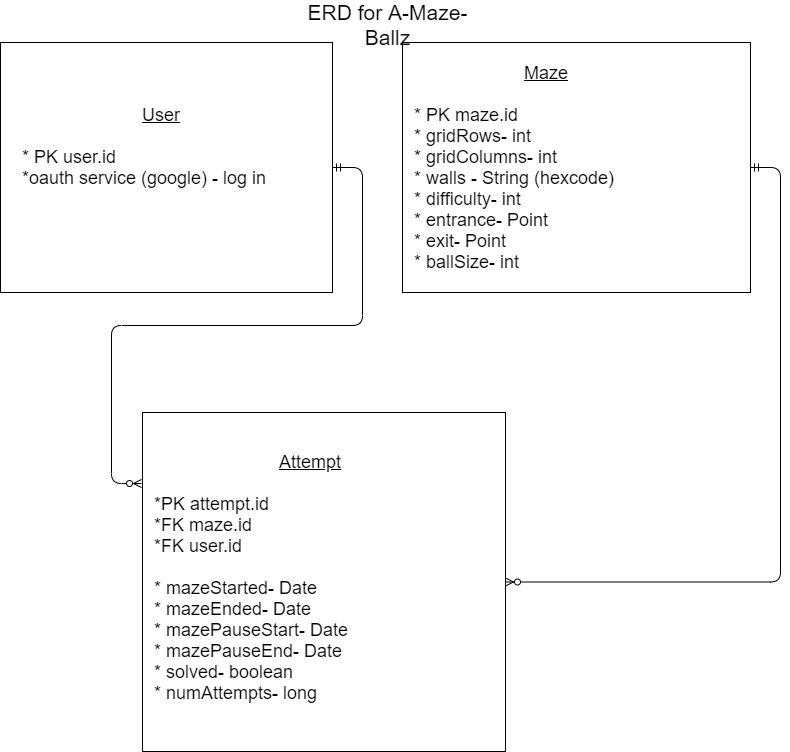
Before: docs/erd.png, a diagram exported from draw.io (edubois9119/a-maze-ballz). Source tidied: cells renumbered, new cells last; positions are measured from the earlier drawing's top-left corner, leaving out a move shared by most shapes.
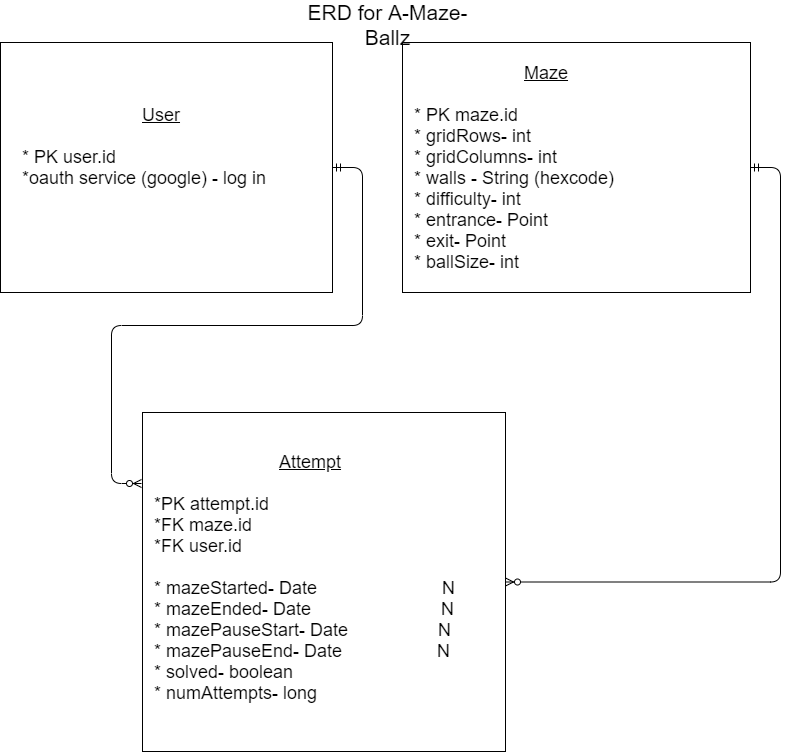
The same file after the commit.

Diff of the diagram source:
```diff
@@ -23,7 +23,7 @@
     <mxCell id="8" value="&lt;span style=&quot;font-size: 18px&quot;&gt;&amp;nbsp; &amp;nbsp; &amp;nbsp; &amp;nbsp; &amp;nbsp; &amp;nbsp; &amp;nbsp; &amp;nbsp; &amp;nbsp; &amp;nbsp; &amp;nbsp;&amp;nbsp;&lt;u&gt;Maze&lt;/u&gt;&lt;br&gt;&lt;br&gt;* PK maze.id&lt;br&gt;* gridRows- int&amp;nbsp;&lt;br&gt;* gridColumns- int&lt;br&gt;* walls - String (hexcode)&lt;br&gt;* difficulty- int&lt;br&gt;* entrance- Point&lt;br&gt;* exit- Point&lt;br&gt;* &lt;span style=&quot;background-color: rgb(255 , 255 , 255)&quot;&gt;ballSize- int&lt;/span&gt;&lt;br&gt;&lt;/span&gt;" style="text;html=1;strokeColor=none;fillColor=none;align=left;verticalAlign=middle;whiteSpace=wrap;rounded=0;" parent="1" vertex="1">
       <mxGeometry x="412" y="61" width="318" height="210" as="geometry" />
     </mxCell>
-    <mxCell id="9" value="&lt;font style=&quot;font-size: 18px&quot;&gt;&amp;nbsp; &amp;nbsp; &amp;nbsp; &amp;nbsp; &amp;nbsp; &amp;nbsp; &amp;nbsp; &amp;nbsp; &amp;nbsp; &amp;nbsp; &amp;nbsp; &amp;nbsp; &amp;nbsp;&lt;u&gt;Attempt&lt;/u&gt;&lt;br&gt;&lt;br&gt;*PK attempt.id&lt;br&gt;*FK maze.id&lt;br&gt;*FK user.id&lt;br&gt;&lt;br&gt;* mazeStarted- Date&lt;br&gt;* mazeEnded- Date&lt;br&gt;* mazePauseStart- Date&lt;br&gt;* mazePauseEnd- Date&lt;br&gt;* solved- boolean&lt;br&gt;* numAttempts- long&lt;br&gt;&lt;/font&gt;" style="text;html=1;strokeColor=none;fillColor=none;align=left;verticalAlign=middle;whiteSpace=wrap;rounded=0;" parent="1" vertex="1">
+    <mxCell id="9" value="&lt;font style=&quot;font-size: 18px&quot;&gt;&amp;nbsp; &amp;nbsp; &amp;nbsp; &amp;nbsp; &amp;nbsp; &amp;nbsp; &amp;nbsp; &amp;nbsp; &amp;nbsp; &amp;nbsp; &amp;nbsp; &amp;nbsp; &amp;nbsp;&lt;u&gt;Attempt&lt;/u&gt;&lt;br&gt;&lt;br&gt;*PK attempt.id&lt;br&gt;*FK maze.id&lt;br&gt;*FK user.id&lt;br&gt;&lt;br&gt;* mazeStarted- Date&amp;nbsp; &amp;nbsp; &amp;nbsp; &amp;nbsp; &amp;nbsp; &amp;nbsp; &amp;nbsp; &amp;nbsp; &amp;nbsp; &amp;nbsp; &amp;nbsp; &amp;nbsp; &amp;nbsp;N&lt;br&gt;* mazeEnded- Date&amp;nbsp; &amp;nbsp; &amp;nbsp; &amp;nbsp; &amp;nbsp; &amp;nbsp; &amp;nbsp; &amp;nbsp; &amp;nbsp; &amp;nbsp; &amp;nbsp; &amp;nbsp; &amp;nbsp; N&lt;br&gt;* mazePauseStart- Date&amp;nbsp; &amp;nbsp; &amp;nbsp; &amp;nbsp; &amp;nbsp; &amp;nbsp; &amp;nbsp; &amp;nbsp; &amp;nbsp; N&amp;nbsp; &amp;nbsp;&lt;br&gt;* mazePauseEnd- Date&amp;nbsp; &amp;nbsp; &amp;nbsp; &amp;nbsp; &amp;nbsp; &amp;nbsp; &amp;nbsp; &amp;nbsp; &amp;nbsp; &amp;nbsp;N&lt;br&gt;* solved- boolean&amp;nbsp; &amp;nbsp; &amp;nbsp; &amp;nbsp; &amp;nbsp; &amp;nbsp; &amp;nbsp; &amp;nbsp; &amp;nbsp; &amp;nbsp; &amp;nbsp; &amp;nbsp; &amp;nbsp; &amp;nbsp; &amp;nbsp;&lt;br&gt;* numAttempts- long&amp;nbsp; &amp;nbsp; &amp;nbsp; &amp;nbsp; &amp;nbsp; &amp;nbsp; &amp;nbsp; &amp;nbsp; &amp;nbsp; &amp;nbsp; &amp;nbsp; &amp;nbsp;&amp;nbsp;&lt;br&gt;&lt;/font&gt;" style="text;html=1;strokeColor=none;fillColor=none;align=left;verticalAlign=middle;whiteSpace=wrap;rounded=0;" parent="1" vertex="1">
       <mxGeometry x="152" y="431" width="333" height="289" as="geometry" />
     </mxCell>
     <mxCell id="10" value="&lt;font style=&quot;font-size: 21px&quot;&gt;ERD for A-Maze-Ballz&lt;/font&gt;" style="text;html=1;strokeColor=none;fillColor=none;align=center;verticalAlign=middle;whiteSpace=wrap;rounded=0;" parent="1" vertex="1">
```
